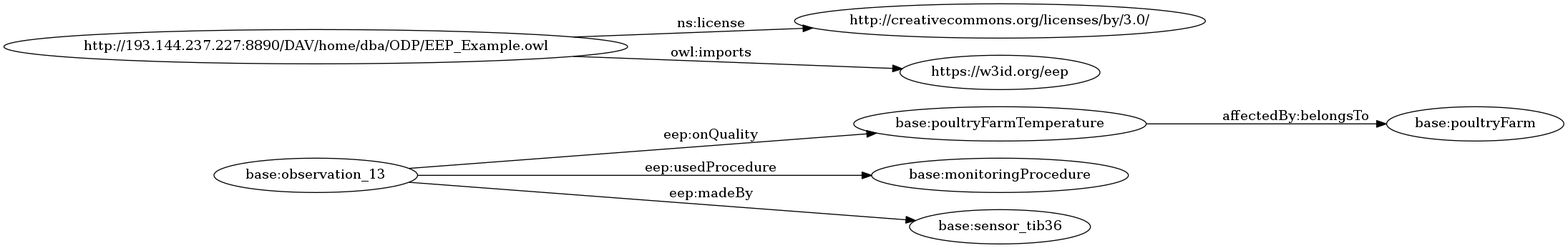
Before: OnToology/examples/eep_Example.owl/diagrams/ar2dtool-class/eep_Example.owl.png, a diagram exported from Graphviz (iesnaola/EEP). Its source is kept beside it as OnToology/examples/eep_Example.owl/diagrams/ar2dtool-class/eep_Example.owl.png.dot. The source it was exported from:
```dot
digraph ar2dtool_diagram {
rankdir=LR;
size="1501"
	"base:poultryFarmTemperature" -> "base:poultryFarm" [ label = "affectedBy:belongsTo" ];
	"http://193.144.237.227:8890/DAV/home/dba/ODP/EEP_Example.owl" -> "http://creativecommons.org/licenses/by/3.0/" [ label = "ns:license" ];
	"http://193.144.237.227:8890/DAV/home/dba/ODP/EEP_Example.owl" -> "https://w3id.org/eep" [ label = "owl:imports" ];
	"base:observation_13" -> "base:monitoringProcedure" [ label = "eep:usedProcedure" ];
	"base:observation_13" -> "base:poultryFarmTemperature" [ label = "eep:onQuality" ];
	"base:observation_13" -> "base:sensor_tib36" [ label = "eep:madeBy" ];

}
```
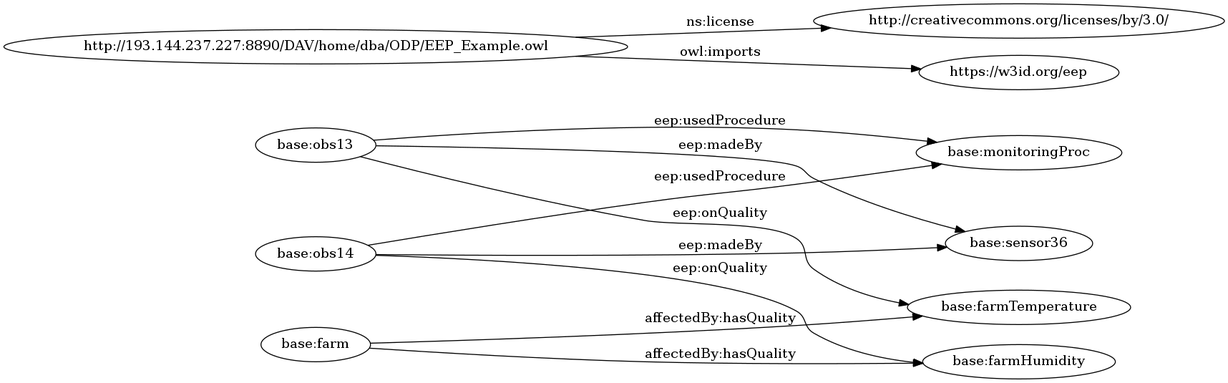
Later version of the same file.

What changed in the source:
```diff
@@ -1,11 +1,15 @@
 digraph ar2dtool_diagram {
 rankdir=LR;
 size="1501"
-	"base:poultryFarmTemperature" -> "base:poultryFarm" [ label = "affectedBy:belongsTo" ];
+	"base:obs13" -> "base:monitoringProc" [ label = "eep:usedProcedure" ];
+	"base:obs13" -> "base:farmTemperature" [ label = "eep:onQuality" ];
+	"base:obs13" -> "base:sensor36" [ label = "eep:madeBy" ];
 	"http://193.144.237.227:8890/DAV/home/dba/ODP/EEP_Example.owl" -> "http://creativecommons.org/licenses/by/3.0/" [ label = "ns:license" ];
 	"http://193.144.237.227:8890/DAV/home/dba/ODP/EEP_Example.owl" -> "https://w3id.org/eep" [ label = "owl:imports" ];
-	"base:observation_13" -> "base:monitoringProcedure" [ label = "eep:usedProcedure" ];
-	"base:observation_13" -> "base:poultryFarmTemperature" [ label = "eep:onQuality" ];
-	"base:observation_13" -> "base:sensor_tib36" [ label = "eep:madeBy" ];
+	"base:obs14" -> "base:monitoringProc" [ label = "eep:usedProcedure" ];
+	"base:obs14" -> "base:farmHumidity" [ label = "eep:onQuality" ];
+	"base:obs14" -> "base:sensor36" [ label = "eep:madeBy" ];
+	"base:farm" -> "base:farmTemperature" [ label = "affectedBy:hasQuality" ];
+	"base:farm" -> "base:farmHumidity" [ label = "affectedBy:hasQuality" ];
 
 }
```
